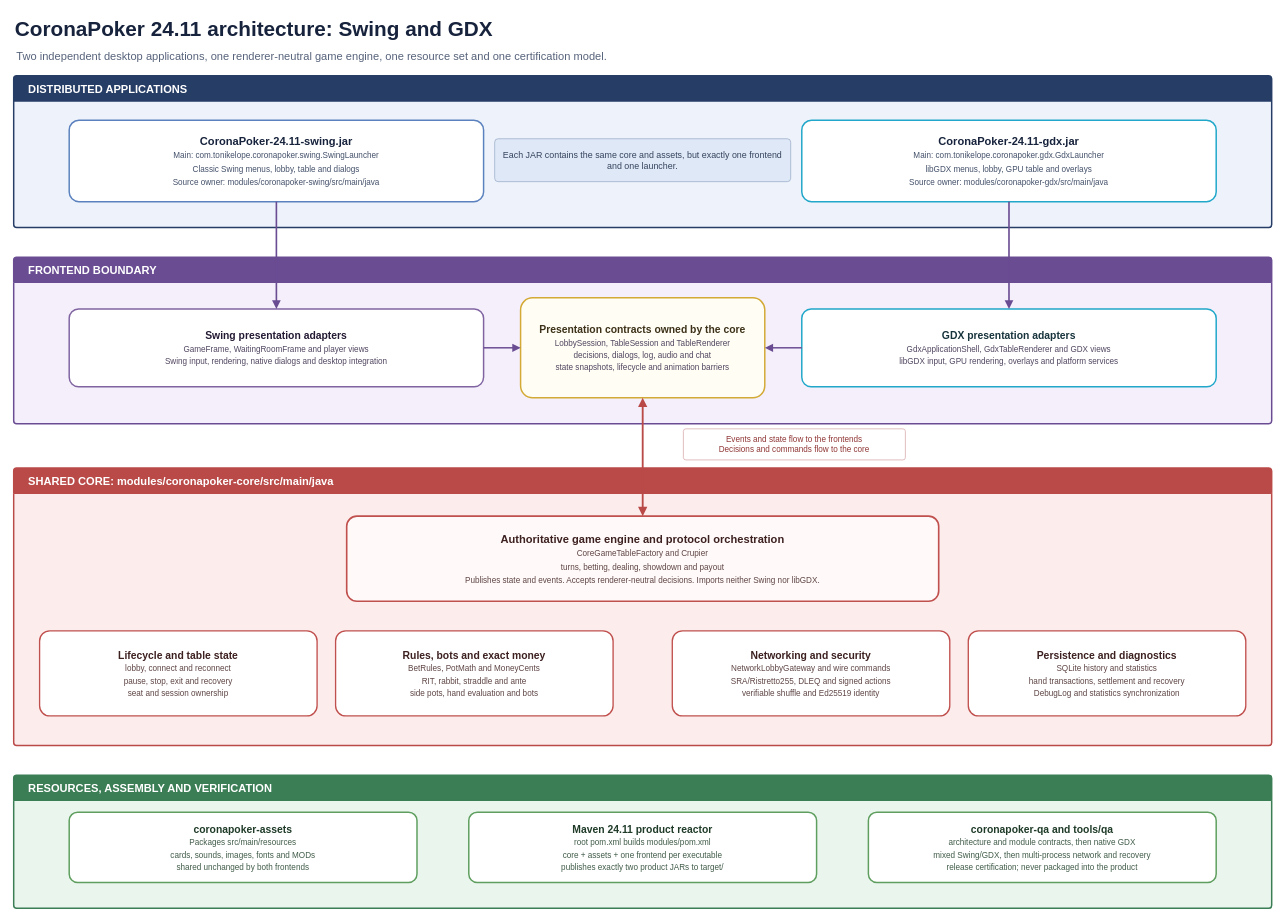
This is docs/diagrams/coronapoker-module-map.drawio from tonikelope/coronapoker, a draw.io file, before an edit. Source tidied: cells renumbered, new cells numbered last; positions are measured from the earlier drawing's top-left corner, leaving out a move shared by most shapes. Both pictures are drawn from the tidied source at 74%, with x=0, y=0 at pixel (13, 13).
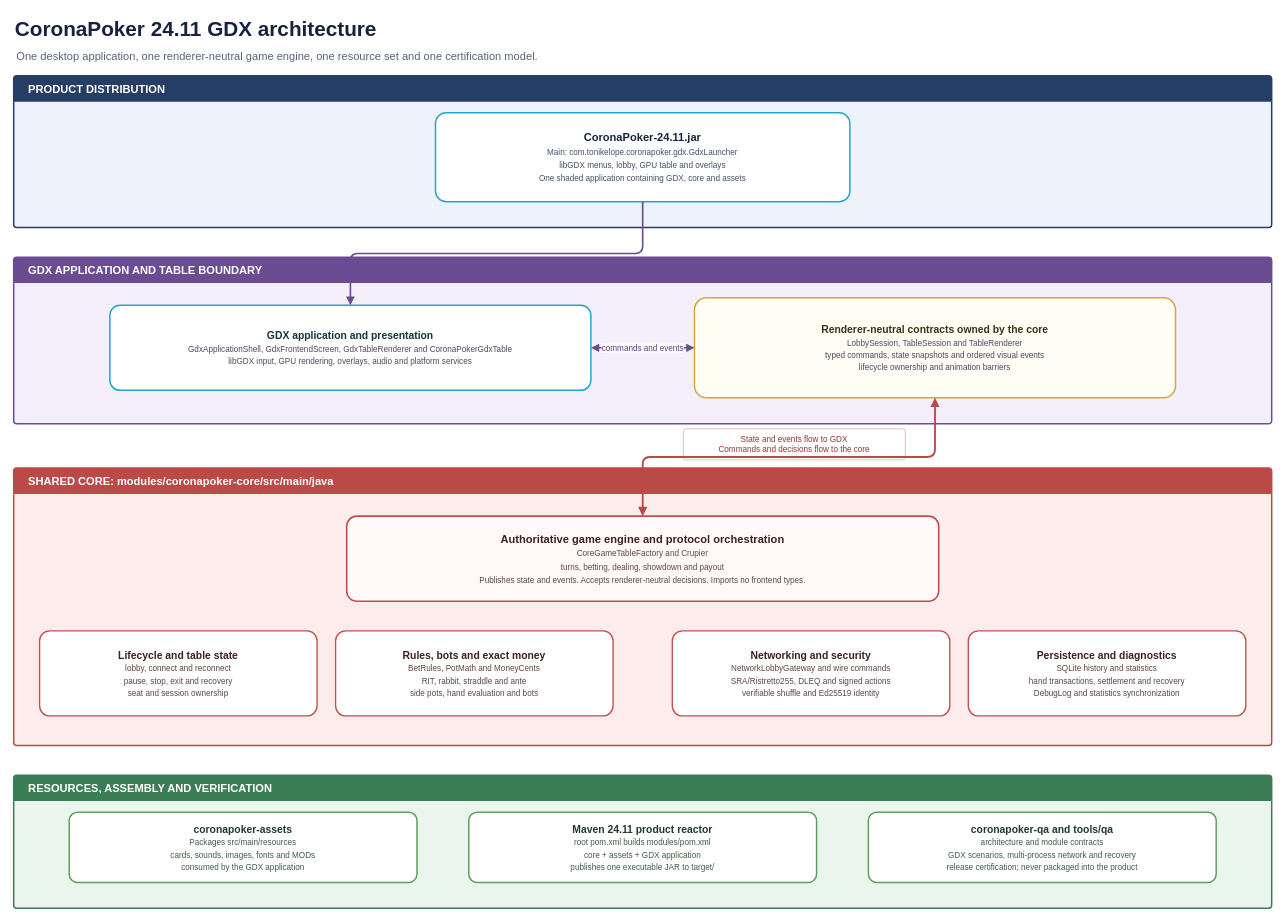
The same diagram, later.

Commit message (it also covers changes not shown here):
docs: document GDX-only architecture

Diff of the diagram source:
```diff
@@
-    <mxCell id="2" value="CoronaPoker 24.11 architecture: Swing and GDX" style="text;html=1;fontSize=28;fontStyle=1;fontColor=#17233c;align=left;verticalAlign=middle;" parent="1" vertex="1">
+    <mxCell id="2" value="CoronaPoker 24.11 GDX architecture" style="text;html=1;fontSize=28;fontStyle=1;fontColor=#17233c;align=left;verticalAlign=middle;" parent="1" vertex="1">
       <mxGeometry width="1350" height="42" as="geometry" />
     </mxCell>
-    <mxCell id="3" value="Two independent desktop applications, one renderer-neutral game engine, one resource set and one certification model." style="text;html=1;fontSize=15;fontColor=#56627a;align=left;verticalAlign=middle;" parent="1" vertex="1">
+    <mxCell id="3" value="One desktop application, one renderer-neutral game engine, one resource set and one certification model." style="text;html=1;fontSize=15;fontColor=#56627a;align=left;verticalAlign=middle;" parent="1" vertex="1">
       <mxGeometry x="2" y="45" width="1600" height="26" as="geometry" />
     </mxCell>
-    <mxCell id="4" value="DISTRIBUTED APPLICATIONS" style="swimlane;rounded=1;arcSize=4;startSize=34;html=1;fillColor=#263d66;swimlaneFillColor=#eef3fb;strokeColor=#263d66;strokeWidth=2;fontColor=#ffffff;fontStyle=1;fontSize=15;align=left;spacingLeft=18;" parent="1" vertex="1">
+    <mxCell id="4" value="PRODUCT DISTRIBUTION" style="swimlane;rounded=1;arcSize=4;startSize=34;html=1;fillColor=#263d66;swimlaneFillColor=#eef3fb;strokeColor=#263d66;strokeWidth=2;fontColor=#ffffff;fontStyle=1;fontSize=15;align=left;spacingLeft=18;" parent="1" vertex="1">
       <mxGeometry y="85" width="1700" height="205" as="geometry" />
     </mxCell>
-    <mxCell id="5" value="&lt;b&gt;CoronaPoker-24.11-swing.jar&lt;/b&gt;&lt;br&gt;&lt;span style=&quot;font-size:11px;color:#44516a&quot;&gt;Main: com.tonikelope.coronapoker.swing.SwingLauncher&lt;br&gt;Classic Swing menus, lobby, table and dialogs&lt;br&gt;Source owner: modules/coronapoker-swing/src/main/java&lt;/span&gt;" style="rounded=1;arcSize=12;whiteSpace=wrap;html=1;fillColor=#ffffff;strokeColor=#5b82be;strokeWidth=2;fontColor=#17233c;fontSize=15;align=center;verticalAlign=middle;spacing=8;" parent="1" vertex="1">
-      <mxGeometry x="75" y="145" width="560" height="110" as="geometry" />
-    </mxCell>
-    <mxCell id="6" value="&lt;b&gt;CoronaPoker-24.11-gdx.jar&lt;/b&gt;&lt;br&gt;&lt;span style=&quot;font-size:11px;color:#44516a&quot;&gt;Main: com.tonikelope.coronapoker.gdx.GdxLauncher&lt;br&gt;libGDX menus, lobby, GPU table and overlays&lt;br&gt;Source owner: modules/coronapoker-gdx/src/main/java&lt;/span&gt;" style="rounded=1;arcSize=12;whiteSpace=wrap;html=1;fillColor=#ffffff;strokeColor=#20a7c9;strokeWidth=2;fontColor=#17233c;fontSize=15;align=center;verticalAlign=middle;spacing=8;" parent="1" vertex="1">
-      <mxGeometry x="1065" y="145" width="560" height="110" as="geometry" />
+    <mxCell id="6" value="&lt;b&gt;CoronaPoker-24.11.jar&lt;/b&gt;&lt;br&gt;&lt;span style=&quot;font-size:11px;color:#44516a&quot;&gt;Main: com.tonikelope.coronapoker.gdx.GdxLauncher&lt;br&gt;libGDX menus, lobby, GPU table and overlays&lt;br&gt;One shaded application containing GDX, core and assets&lt;/span&gt;" style="rounded=1;arcSize=12;whiteSpace=wrap;html=1;fillColor=#ffffff;strokeColor=#20a7c9;strokeWidth=2;fontColor=#17233c;fontSize=15;align=center;verticalAlign=middle;spacing=8;" parent="1" vertex="1">
+      <mxGeometry x="570" y="135" width="560" height="120" as="geometry" />
     </mxCell>
-    <mxCell id="7" value="Each JAR contains the same core and assets, but exactly one frontend and one launcher." style="rounded=1;arcSize=8;whiteSpace=wrap;html=1;fillColor=#dfe8f6;strokeColor=#9aacc8;fontColor=#34435d;fontSize=12;align=center;verticalAlign=middle;" parent="1" vertex="1">
-      <mxGeometry x="650" y="170" width="400" height="58" as="geometry" />
-    </mxCell>
-    <mxCell id="8" value="FRONTEND BOUNDARY" style="swimlane;rounded=1;arcSize=4;startSize=34;html=1;fillColor=#6a4c93;swimlaneFillColor=#f4effa;strokeColor=#6a4c93;strokeWidth=2;fontColor=#ffffff;fontStyle=1;fontSize=15;align=left;spacingLeft=18;" parent="1" vertex="1">
+    <mxCell id="8" value="GDX APPLICATION AND TABLE BOUNDARY" style="swimlane;rounded=1;arcSize=4;startSize=34;html=1;fillColor=#6a4c93;swimlaneFillColor=#f4effa;strokeColor=#6a4c93;strokeWidth=2;fontColor=#ffffff;fontStyle=1;fontSize=15;align=left;spacingLeft=18;" parent="1" vertex="1">
       <mxGeometry y="330" width="1700" height="225" as="geometry" />
     </mxCell>
-    <mxCell id="9" value="&lt;b&gt;Swing presentation adapters&lt;/b&gt;&lt;br&gt;&lt;span style=&quot;font-size:11px;color:#514660&quot;&gt;GameFrame, WaitingRoomFrame and player views&lt;br&gt;Swing input, rendering, native dialogs and desktop integration&lt;/span&gt;" style="rounded=1;arcSize=12;whiteSpace=wrap;html=1;fillColor=#ffffff;strokeColor=#8064a2;strokeWidth=2;fontColor=#241a33;fontSize=14;align=center;verticalAlign=middle;spacing=8;" parent="1" vertex="1">
-      <mxGeometry x="75" y="400" width="560" height="105" as="geometry" />
-    </mxCell>
+    <mxCell id="11" value="&lt;b&gt;GDX application and presentation&lt;/b&gt;&lt;br&gt;&lt;span style=&quot;font-size:11px;color:#514660&quot;&gt;GdxApplicationShell, GdxFrontendScreen, GdxTableRenderer and CoronaPokerGdxTable&lt;br&gt;libGDX input, GPU rendering, overlays, audio and platform services&lt;/span&gt;" style="rounded=1;arcSize=12;whiteSpace=wrap;html=1;fillColor=#ffffff;strokeColor=#20a7c9;strokeWidth=2;fontColor=#17333c;fontSize=14;align=center;verticalAlign=middle;spacing=8;" parent="1" vertex="1">
+      <mxGeometry x="130" y="395" width="650" height="115" as="geometry" />
+    </mxCell>
-    <mxCell id="10" value="&lt;b&gt;Presentation contracts owned by the core&lt;/b&gt;&lt;br&gt;&lt;span style=&quot;font-size:11px;color:#514660&quot;&gt;LobbySession, TableSession and TableRenderer&lt;br&gt;decisions, dialogs, log, audio and chat&lt;br&gt;state snapshots, lifecycle and animation barriers&lt;/span&gt;" style="rounded=1;arcSize=12;whiteSpace=wrap;html=1;fillColor=#fffdf4;strokeColor=#d4aa36;strokeWidth=2;fontColor=#3d3219;fontSize=14;align=center;verticalAlign=middle;spacing=7;" parent="1" vertex="1">
-      <mxGeometry x="685" y="385" width="330" height="135" as="geometry" />
+    <mxCell id="10" value="&lt;b&gt;Renderer-neutral contracts owned by the core&lt;/b&gt;&lt;br&gt;&lt;span style=&quot;font-size:11px;color:#514660&quot;&gt;LobbySession, TableSession and TableRenderer&lt;br&gt;typed commands, state snapshots and ordered visual events&lt;br&gt;lifecycle ownership and animation barriers&lt;/span&gt;" style="rounded=1;arcSize=12;whiteSpace=wrap;html=1;fillColor=#fffdf4;strokeColor=#d4aa36;strokeWidth=2;fontColor=#3d3219;fontSize=14;align=center;verticalAlign=middle;spacing=7;" parent="1" vertex="1">
+      <mxGeometry x="920" y="385" width="650" height="135" as="geometry" />
     </mxCell>
-    <mxCell id="11" value="&lt;b&gt;GDX presentation adapters&lt;/b&gt;&lt;br&gt;&lt;span style=&quot;font-size:11px;color:#514660&quot;&gt;GdxApplicationShell, GdxTableRenderer and GDX views&lt;br&gt;libGDX input, GPU rendering, overlays and platform services&lt;/span&gt;" style="rounded=1;arcSize=12;whiteSpace=wrap;html=1;fillColor=#ffffff;strokeColor=#20a7c9;strokeWidth=2;fontColor=#17333c;fontSize=14;align=center;verticalAlign=middle;spacing=8;" parent="1" vertex="1">
-      <mxGeometry x="1065" y="400" width="560" height="105" as="geometry" />
-    </mxCell>
@@
-    <mxCell id="13" value="&lt;b&gt;Authoritative game engine and protocol orchestration&lt;/b&gt;&lt;br&gt;&lt;span style=&quot;font-size:11px;color:#5f4545&quot;&gt;CoreGameTableFactory and Crupier&lt;br&gt;turns, betting, dealing, showdown and payout&lt;br&gt;Publishes state and events. Accepts renderer-neutral decisions. Imports neither Swing nor libGDX.&lt;/span&gt;" style="rounded=1;arcSize=12;whiteSpace=wrap;html=1;fillColor=#fffaf9;strokeColor=#c0504d;strokeWidth=2.2;fontColor=#3d2020;fontSize=15;align=center;verticalAlign=middle;spacing=9;" parent="1" vertex="1">
+    <mxCell id="13" value="&lt;b&gt;Authoritative game engine and protocol orchestration&lt;/b&gt;&lt;br&gt;&lt;span style=&quot;font-size:11px;color:#5f4545&quot;&gt;CoreGameTableFactory and Crupier&lt;br&gt;turns, betting, dealing, showdown and payout&lt;br&gt;Publishes state and events. Accepts renderer-neutral decisions. Imports no frontend types.&lt;/span&gt;" style="rounded=1;arcSize=12;whiteSpace=wrap;html=1;fillColor=#fffaf9;strokeColor=#c0504d;strokeWidth=2.2;fontColor=#3d2020;fontSize=15;align=center;verticalAlign=middle;spacing=9;" parent="1" vertex="1">
       <mxGeometry x="450" y="680" width="800" height="115" as="geometry" />
     </mxCell>
@@
-    <mxCell id="19" value="&lt;b&gt;coronapoker-assets&lt;/b&gt;&lt;br&gt;&lt;span style=&quot;font-size:11px;color:#415c49&quot;&gt;Packages src/main/resources&lt;br&gt;cards, sounds, images, fonts and MODs&lt;br&gt;shared unchanged by both frontends&lt;/span&gt;" style="rounded=1;arcSize=12;whiteSpace=wrap;html=1;fillColor=#ffffff;strokeColor=#5e9e5e;strokeWidth=2;fontColor=#1f3b28;fontSize=14;align=center;verticalAlign=middle;spacing=6;" parent="1" vertex="1">
+    <mxCell id="19" value="&lt;b&gt;coronapoker-assets&lt;/b&gt;&lt;br&gt;&lt;span style=&quot;font-size:11px;color:#415c49&quot;&gt;Packages src/main/resources&lt;br&gt;cards, sounds, images, fonts and MODs&lt;br&gt;consumed by the GDX application&lt;/span&gt;" style="rounded=1;arcSize=12;whiteSpace=wrap;html=1;fillColor=#ffffff;strokeColor=#5e9e5e;strokeWidth=2;fontColor=#1f3b28;fontSize=14;align=center;verticalAlign=middle;spacing=6;" parent="1" vertex="1">
       <mxGeometry x="75" y="1080" width="470" height="95" as="geometry" />
     </mxCell>
-    <mxCell id="20" value="&lt;b&gt;Maven 24.11 product reactor&lt;/b&gt;&lt;br&gt;&lt;span style=&quot;font-size:11px;color:#415c49&quot;&gt;root pom.xml builds modules/pom.xml&lt;br&gt;core + assets + one frontend per executable&lt;br&gt;publishes exactly two product JARs to target/&lt;/span&gt;" style="rounded=1;arcSize=12;whiteSpace=wrap;html=1;fillColor=#ffffff;strokeColor=#5e9e5e;strokeWidth=2;fontColor=#1f3b28;fontSize=14;align=center;verticalAlign=middle;spacing=6;" parent="1" vertex="1">
+    <mxCell id="20" value="&lt;b&gt;Maven 24.11 product reactor&lt;/b&gt;&lt;br&gt;&lt;span style=&quot;font-size:11px;color:#415c49&quot;&gt;root pom.xml builds modules/pom.xml&lt;br&gt;core + assets + GDX application&lt;br&gt;publishes one executable JAR to target/&lt;/span&gt;" style="rounded=1;arcSize=12;whiteSpace=wrap;html=1;fillColor=#ffffff;strokeColor=#5e9e5e;strokeWidth=2;fontColor=#1f3b28;fontSize=14;align=center;verticalAlign=middle;spacing=6;" parent="1" vertex="1">
       <mxGeometry x="615" y="1080" width="470" height="95" as="geometry" />
     </mxCell>
-    <mxCell id="21" value="&lt;b&gt;coronapoker-qa and tools/qa&lt;/b&gt;&lt;br&gt;&lt;span style=&quot;font-size:11px;color:#415c49&quot;&gt;architecture and module contracts, then native GDX&lt;br&gt;mixed Swing/GDX, then multi-process network and recovery&lt;br&gt;release certification; never packaged into the product&lt;/span&gt;" style="rounded=1;arcSize=12;whiteSpace=wrap;html=1;fillColor=#ffffff;strokeColor=#5e9e5e;strokeWidth=2;fontColor=#1f3b28;fontSize=14;align=center;verticalAlign=middle;spacing=6;" parent="1" vertex="1">
+    <mxCell id="21" value="&lt;b&gt;coronapoker-qa and tools/qa&lt;/b&gt;&lt;br&gt;&lt;span style=&quot;font-size:11px;color:#415c49&quot;&gt;architecture and module contracts&lt;br&gt;GDX scenarios, multi-process network and recovery&lt;br&gt;release certification; never packaged into the product&lt;/span&gt;" style="rounded=1;arcSize=12;whiteSpace=wrap;html=1;fillColor=#ffffff;strokeColor=#5e9e5e;strokeWidth=2;fontColor=#1f3b28;fontSize=14;align=center;verticalAlign=middle;spacing=6;" parent="1" vertex="1">
       <mxGeometry x="1155" y="1080" width="470" height="95" as="geometry" />
     </mxCell>
-    <mxCell id="22" style="edgeStyle=orthogonalEdgeStyle;rounded=1;html=1;endArrow=block;endFill=1;strokeColor=#6a4c93;strokeWidth=2.2;exitX=0.5;exitY=1;entryX=0.5;entryY=0;" parent="1" edge="1" source="5" target="9">
-      <mxGeometry relative="1" as="geometry" />
-    </mxCell>
@@
-    <mxCell id="24" style="edgeStyle=orthogonalEdgeStyle;rounded=1;html=1;endArrow=block;endFill=1;strokeColor=#6a4c93;strokeWidth=2;exitX=1;exitY=0.5;entryX=0;entryY=0.5;" parent="1" edge="1" source="9" target="10">
-      <mxGeometry relative="1" as="geometry" />
-    </mxCell>
-    <mxCell id="25" style="edgeStyle=orthogonalEdgeStyle;rounded=1;html=1;endArrow=block;endFill=1;strokeColor=#6a4c93;strokeWidth=2;exitX=0;exitY=0.5;entryX=1;entryY=0.5;" parent="1" edge="1" source="11" target="10">
+    <mxCell id="25" value="commands and events" style="edgeStyle=orthogonalEdgeStyle;rounded=1;html=1;startArrow=block;startFill=1;endArrow=block;endFill=1;strokeColor=#6a4c93;strokeWidth=2;exitX=1;exitY=0.5;entryX=0;entryY=0.5;fontColor=#5a3c83;labelBackgroundColor=#ffffff;" parent="1" edge="1" source="11" target="10">
       <mxGeometry relative="1" as="geometry" />
     </mxCell>
-    <mxCell id="26" value="Events and state flow to the frontends&lt;br&gt;Decisions and commands flow to the core" style="rounded=1;arcSize=8;whiteSpace=wrap;html=1;fillColor=#ffffff;strokeColor=#d7a9a8;fontColor=#8f3635;fontSize=11;align=center;verticalAlign=middle;" parent="1" vertex="1">
+    <mxCell id="26" value="State and events flow to GDX&lt;br&gt;Commands and decisions flow to the core" style="rounded=1;arcSize=8;whiteSpace=wrap;html=1;fillColor=#ffffff;strokeColor=#d7a9a8;fontColor=#8f3635;fontSize=11;align=center;verticalAlign=middle;" parent="1" vertex="1">
       <mxGeometry x="905" y="562" width="300" height="42" as="geometry" />
     </mxCell>
```
